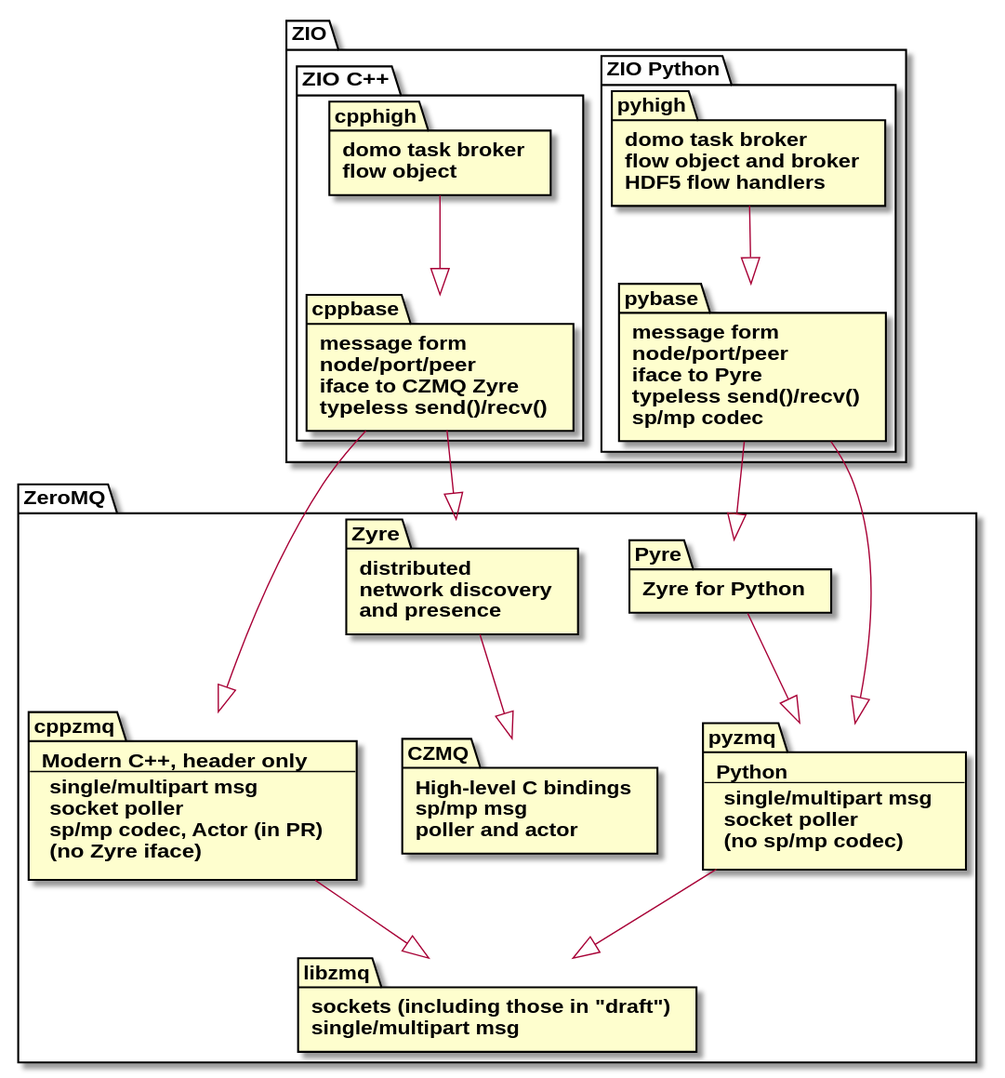
Earlier version of the PlantUML export docs/zioarch.svg (brettviren/zio). Source of this version:
```plantuml
@startuml

folder ZIO {

folder "ZIO C++" {
        package cpphigh [
        domo task broker
        flow object
        ]
        package cppbase [
        message form
        node/port/peer
        iface to CZMQ Zyre
        typeless send()/recv()
        ]
        cpphigh --|> cppbase
}

folder "ZIO Python" {
        package pyhigh [
                domo task broker
                flow object and broker
                HDF5 flow handlers
        ]
        package pybase [
        message form
        node/port/peer
        iface to Pyre
        typeless send()/recv()
        sp/mp codec
        ]
        pyhigh --|> pybase
}

}

folder ZeroMQ {
        package cppzmq [
        Modern C++, header only
        ----
        single/multipart msg
        socket poller
        sp/mp codec, Actor (in PR)
        (no Zyre iface)
        ]
        package pyzmq [
        Python
        ----
        single/multipart msg
        socket poller
        (no sp/mp codec)
        ]
        package Pyre [
        Zyre for Python
        ]
        package libzmq [
        sockets (including those in "draft")
        single/multipart msg
        ]
        package CZMQ [
        High-level C bindings
        sp/mp msg
        poller and actor
        ]
        package Zyre [
        distributed
        network discovery
        and presence
        ]
        Zyre --|> CZMQ
}
cppbase --|> Zyre
cppbase --|> cppzmq
pybase --|> pyzmq
pybase --|> Pyre

cppzmq --|> libzmq
Pyre --|> pyzmq
pyzmq --|> libzmq

@enduml
```
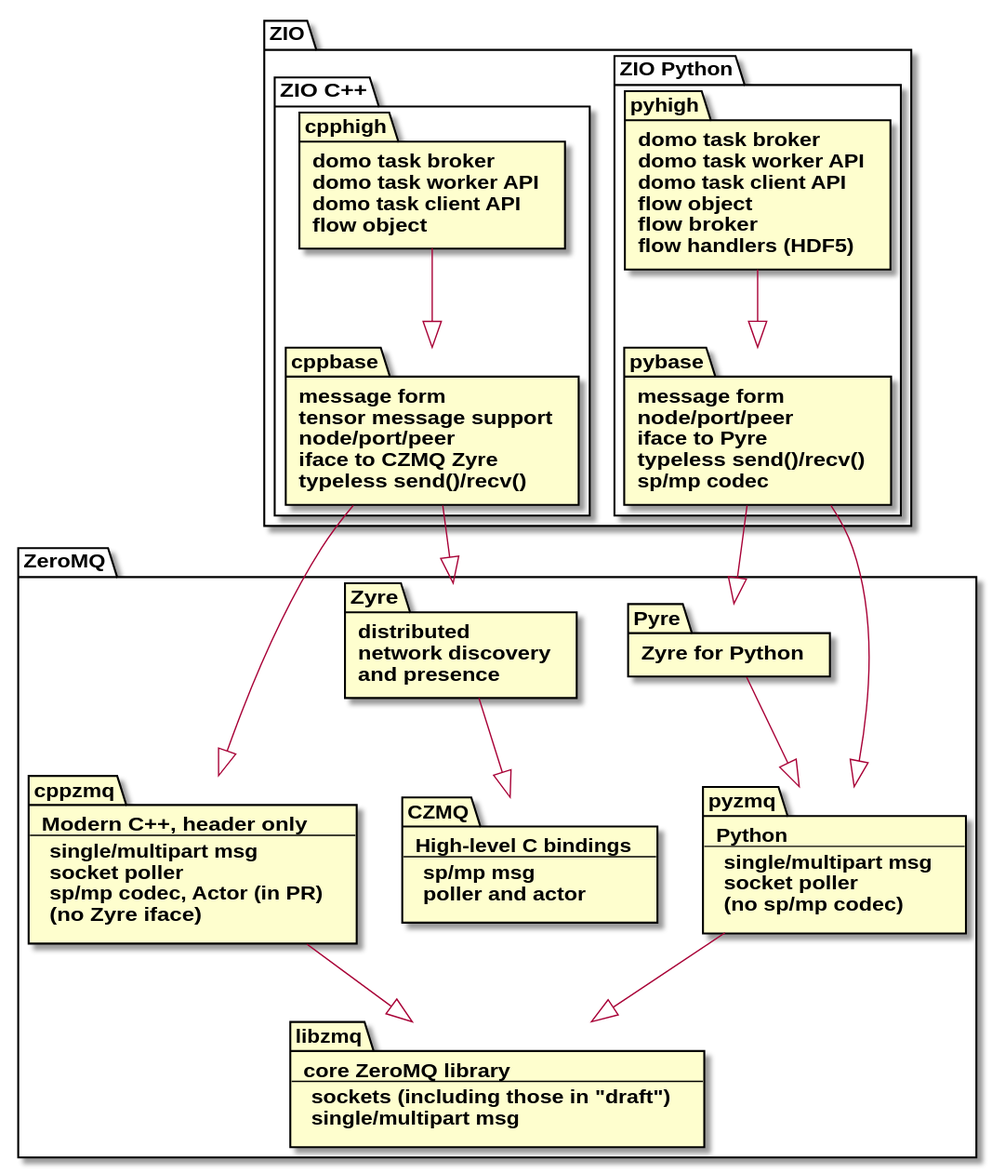
After the change.

What changed in the source:
```diff
@@ -4,30 +4,36 @@
 
 folder "ZIO C++" {
         package cpphigh [
-        domo task broker
-        flow object
-        ]
+                domo task broker
+                domo task worker API
+                domo task client API
+                flow object
+                ]
         package cppbase [
-        message form
-        node/port/peer
-        iface to CZMQ Zyre
-        typeless send()/recv()
-        ]
+                message form
+                tensor message support
+                node/port/peer
+                iface to CZMQ Zyre
+                typeless send()/recv()
+                ]
         cpphigh --|> cppbase
 }
 
 folder "ZIO Python" {
         package pyhigh [
                 domo task broker
-                flow object and broker
-                HDF5 flow handlers
+                domo task worker API
+                domo task client API
+                flow object
+                flow broker
+                flow handlers (HDF5)
         ]
         package pybase [
-        message form
-        node/port/peer
-        iface to Pyre
-        typeless send()/recv()
-        sp/mp codec
+                message form
+                node/port/peer
+                iface to Pyre
+                typeless send()/recv()
+                sp/mp codec
         ]
         pyhigh --|> pybase
 }
@@ -54,11 +60,14 @@
         Zyre for Python
         ]
         package libzmq [
+        core ZeroMQ library
+        ----
         sockets (including those in "draft")
         single/multipart msg
         ]
         package CZMQ [
         High-level C bindings
+        ----
         sp/mp msg
         poller and actor
         ]
```
